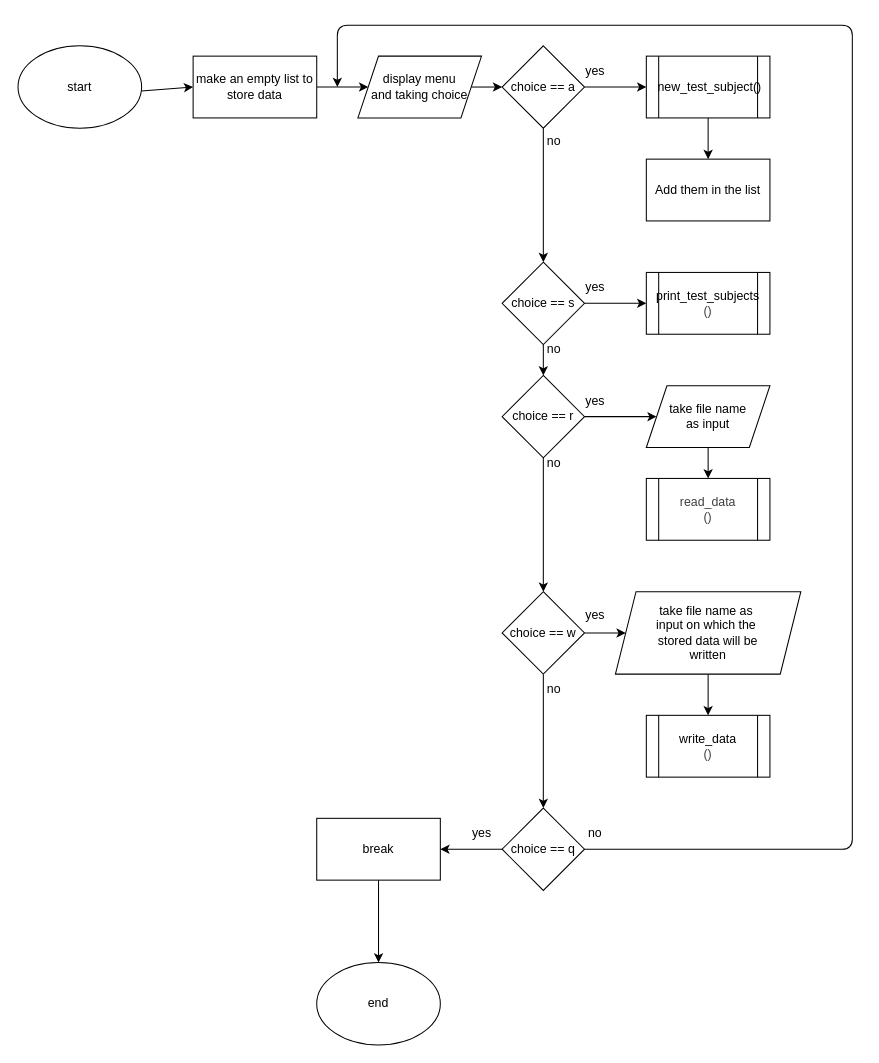
The draw.io diagram page "Page-1" (1 of 2) of part 2/main.dio in 0xSparky/ENTRY_TICKET, before the edit. Source tidied: cells renumbered, new cells numbered last; positions are measured from the earlier drawing's top-left corner, leaving out a move shared by most shapes. Both pictures are drawn from the tidied source at 103%, with x=0, y=0 at pixel (18, 25).
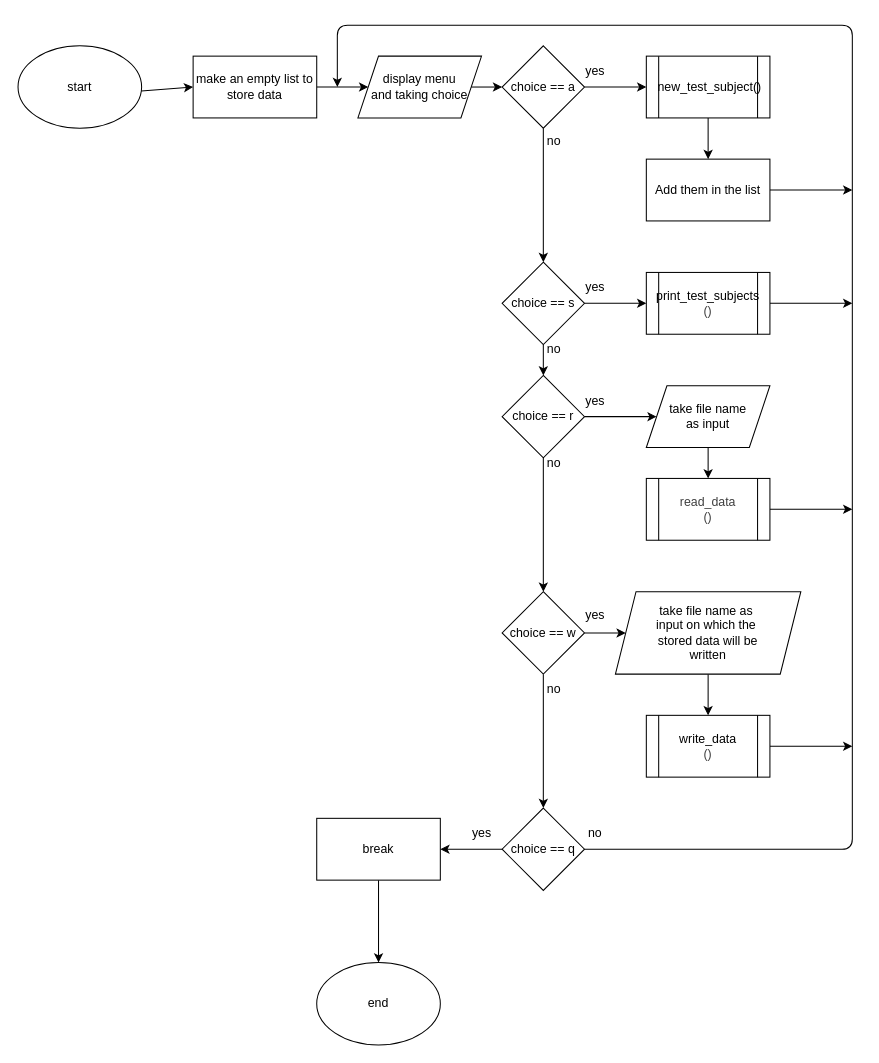
Above is the later version.

Unchanged cells that the change refers to:
```xml
<mxCell id="25" value="&lt;span style=&quot;color: rgb(0, 0, 0);&quot;&gt;print_test_subjects&lt;/span&gt;&lt;div style=&quot;color: rgb(63, 63, 63); scrollbar-color: rgb(226, 226, 226) rgb(251, 251, 251);&quot;&gt;(&lt;span style=&quot;scrollbar-color: rgb(226, 226, 226) rgb(251, 251, 251); background-color: transparent; color: rgb(63, 63, 63);&quot;&gt;)&lt;/span&gt;&lt;/div&gt;" style="shape=process;whiteSpace=wrap;html=1;backgroundOutline=1;" parent="1" vertex="1">
  <mxGeometry x="610" y="240" width="120" height="60" as="geometry" />
</mxCell>
<mxCell id="26" value="&lt;font style=&quot;color: rgb(63, 63, 63); scrollbar-color: rgb(226, 226, 226) rgb(251, 251, 251);&quot;&gt;read_data&lt;/font&gt;&lt;div style=&quot;color: rgb(63, 63, 63); scrollbar-color: rgb(226, 226, 226) rgb(251, 251, 251);&quot;&gt;&lt;font style=&quot;color: rgb(63, 63, 63); scrollbar-color: rgb(226, 226, 226) rgb(251, 251, 251);&quot;&gt;()&lt;/font&gt;&lt;/div&gt;" style="shape=process;whiteSpace=wrap;html=1;backgroundOutline=1;" parent="1" vertex="1">
  <mxGeometry x="610" y="440" width="120" height="60" as="geometry" />
</mxCell>
<mxCell id="27" value="&lt;span style=&quot;color: rgb(0, 0, 0);&quot;&gt;write_data&lt;/span&gt;&lt;div style=&quot;color: rgb(63, 63, 63); scrollbar-color: rgb(226, 226, 226) rgb(251, 251, 251);&quot;&gt;(&lt;span style=&quot;scrollbar-color: rgb(226, 226, 226) rgb(251, 251, 251); background-color: transparent; color: rgb(63, 63, 63);&quot;&gt;)&lt;/span&gt;&lt;/div&gt;" style="shape=process;whiteSpace=wrap;html=1;backgroundOutline=1;" parent="1" vertex="1">
  <mxGeometry x="610" y="670" width="120" height="60" as="geometry" />
</mxCell>
<mxCell id="30" value="Add them in the list" style="rounded=0;whiteSpace=wrap;html=1;" parent="1" vertex="1">
  <mxGeometry x="610" y="130" width="120" height="60" as="geometry" />
</mxCell>
```

Change to the diagram source:
```diff
@@
+    <mxCell id="46" style="edgeStyle=none;html=1;" parent="1" edge="1" source="25">
+      <mxGeometry relative="1" as="geometry">
+        <mxPoint x="810" y="270" as="targetPoint" />
+      </mxGeometry>
+    </mxCell>
@@
+    <mxCell id="47" style="edgeStyle=none;html=1;" parent="1" edge="1" source="26">
+      <mxGeometry relative="1" as="geometry">
+        <mxPoint x="810" y="470" as="targetPoint" />
+      </mxGeometry>
+    </mxCell>
@@
+    <mxCell id="48" style="edgeStyle=none;html=1;" parent="1" edge="1" source="27">
+      <mxGeometry relative="1" as="geometry">
+        <mxPoint x="810" y="700" as="targetPoint" />
+      </mxGeometry>
+    </mxCell>
@@
+    <mxCell id="49" style="edgeStyle=none;html=1;" parent="1" edge="1" source="30">
+      <mxGeometry relative="1" as="geometry">
+        <mxPoint x="810" y="160" as="targetPoint" />
+      </mxGeometry>
+    </mxCell>
```
